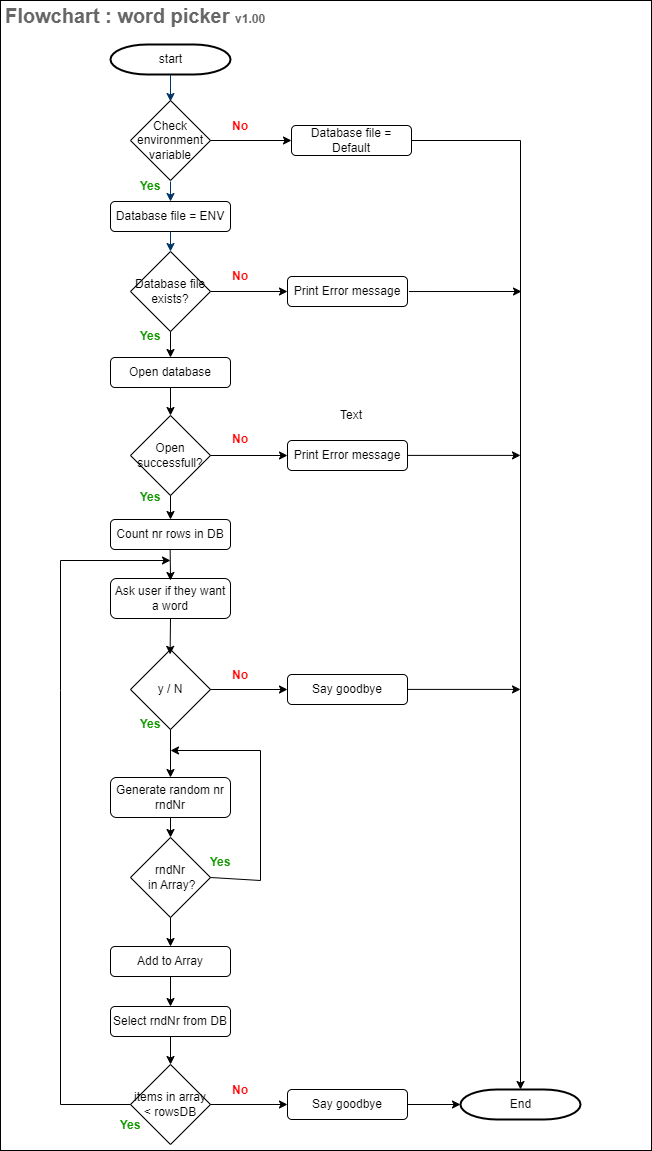
This is 01_Documentation/02_resources/images/realize-design-flowchart-word-picker.png from tbz-neil-devlin/m431_demo_database, a draw.io export, as it was before one commit. Source tidied: cells renumbered, new cells last; positions are measured from the earlier drawing's top-left corner, leaving out a move shared by most shapes. Its diagram source:
```xml
<mxGraphModel>
  <root>
    <mxCell id="0" />
    <mxCell id="1" parent="0" />
    <mxCell id="2" style="rounded=0;whiteSpace=wrap;html=1;" parent="1" vertex="1">
      <mxGeometry width="651" height="1150" as="geometry" />
    </mxCell>
    <mxCell id="3" value="start" style="shape=mxgraph.flowchart.terminator;strokeWidth=2;gradientColor=none;gradientDirection=north;fontStyle=0;html=1;" parent="1" vertex="1">
      <mxGeometry x="110" y="44" width="120" height="30" as="geometry" />
    </mxCell>
    <mxCell id="4" style="fontStyle=1;strokeColor=#003366;strokeWidth=1;html=1;" parent="1" edge="1" source="3">
      <mxGeometry relative="1" as="geometry">
        <mxPoint x="170" y="101" as="targetPoint" />
      </mxGeometry>
    </mxCell>
    <mxCell id="5" value="Check environment variable" style="rhombus;whiteSpace=wrap;html=1;" parent="1" vertex="1">
      <mxGeometry x="130" y="100" width="80" height="80" as="geometry" />
    </mxCell>
    <mxCell id="6" value="Database file exists?" style="rhombus;whiteSpace=wrap;html=1;" parent="1" vertex="1">
      <mxGeometry x="130" y="251" width="80" height="80" as="geometry" />
    </mxCell>
    <mxCell id="7" value="Open successfull?" style="rhombus;whiteSpace=wrap;html=1;" parent="1" vertex="1">
      <mxGeometry x="130" y="415" width="80" height="80" as="geometry" />
    </mxCell>
    <mxCell id="8" value="Count nr rows in DB" style="rounded=1;whiteSpace=wrap;html=1;" parent="1" vertex="1">
      <mxGeometry x="110" y="519" width="120" height="30" as="geometry" />
    </mxCell>
    <mxCell id="9" value="Generate random nr&lt;br&gt;rndNr" style="rounded=1;whiteSpace=wrap;html=1;" parent="1" vertex="1">
      <mxGeometry x="110" y="777" width="120" height="40" as="geometry" />
    </mxCell>
    <mxCell id="10" value="rndNr&lt;br&gt;&amp;nbsp;in Array?" style="rhombus;whiteSpace=wrap;html=1;" parent="1" vertex="1">
      <mxGeometry x="130" y="837" width="80" height="80" as="geometry" />
    </mxCell>
    <mxCell id="11" value="Add to Array" style="rounded=1;whiteSpace=wrap;html=1;" parent="1" vertex="1">
      <mxGeometry x="110" y="946" width="120" height="30" as="geometry" />
    </mxCell>
    <mxCell id="12" value="Select rndNr from DB" style="rounded=1;whiteSpace=wrap;html=1;" parent="1" vertex="1">
      <mxGeometry x="110" y="1006" width="120" height="30" as="geometry" />
    </mxCell>
    <mxCell id="13" value="Ask user if they want a word" style="rounded=1;whiteSpace=wrap;html=1;" parent="1" vertex="1">
      <mxGeometry x="110" y="578" width="120" height="40" as="geometry" />
    </mxCell>
    <mxCell id="14" value="y / N" style="rhombus;whiteSpace=wrap;html=1;" parent="1" vertex="1">
      <mxGeometry x="130" y="649" width="80" height="80" as="geometry" />
    </mxCell>
    <mxCell id="15" value="items in array &amp;lt; rowsDB" style="rhombus;whiteSpace=wrap;html=1;" parent="1" vertex="1">
      <mxGeometry x="130" y="1064" width="80" height="80" as="geometry" />
    </mxCell>
    <mxCell id="16" value="Open database" style="rounded=1;whiteSpace=wrap;html=1;" parent="1" vertex="1">
      <mxGeometry x="110" y="357" width="120" height="30" as="geometry" />
    </mxCell>
    <mxCell id="17" value="Database file = ENV" style="rounded=1;whiteSpace=wrap;html=1;" parent="1" vertex="1">
      <mxGeometry x="110" y="201" width="120" height="30" as="geometry" />
    </mxCell>
    <mxCell id="18" value="Database file = Default" style="rounded=1;whiteSpace=wrap;html=1;" parent="1" vertex="1">
      <mxGeometry x="291" y="125" width="120" height="30" as="geometry" />
    </mxCell>
    <mxCell id="19" value="Say goodbye" style="rounded=1;whiteSpace=wrap;html=1;" parent="1" vertex="1">
      <mxGeometry x="287" y="674" width="120" height="30" as="geometry" />
    </mxCell>
    <mxCell id="20" value="Print Error message" style="rounded=1;whiteSpace=wrap;html=1;" parent="1" vertex="1">
      <mxGeometry x="287" y="276" width="120" height="30" as="geometry" />
    </mxCell>
    <mxCell id="21" value="Print Error message" style="rounded=1;whiteSpace=wrap;html=1;" parent="1" vertex="1">
      <mxGeometry x="287" y="440" width="120" height="30" as="geometry" />
    </mxCell>
    <mxCell id="22" style="endArrow=classic;html=1;rounded=0;exitX=0.5;exitY=1;exitDx=0;exitDy=0;entryX=0.5;entryY=0;entryDx=0;entryDy=0;" parent="1" edge="1" source="6" target="16">
      <mxGeometry relative="1" as="geometry" />
    </mxCell>
    <mxCell id="23" style="endArrow=classic;html=1;rounded=0;exitX=0.5;exitY=1;exitDx=0;exitDy=0;entryX=0.5;entryY=0;entryDx=0;entryDy=0;" parent="1" edge="1" source="16" target="7">
      <mxGeometry relative="1" as="geometry" />
    </mxCell>
    <mxCell id="24" style="endArrow=classic;html=1;rounded=0;exitX=0.5;exitY=1;exitDx=0;exitDy=0;entryX=0.5;entryY=0;entryDx=0;entryDy=0;" parent="1" edge="1" source="7" target="8">
      <mxGeometry relative="1" as="geometry" />
    </mxCell>
    <mxCell id="25" style="endArrow=classic;html=1;rounded=0;exitX=0.5;exitY=1;exitDx=0;exitDy=0;" parent="1" edge="1">
      <mxGeometry relative="1" as="geometry">
        <mxPoint x="169.7" y="549" as="sourcePoint" />
        <mxPoint x="170" y="580" as="targetPoint" />
      </mxGeometry>
    </mxCell>
    <mxCell id="26" style="endArrow=classic;html=1;rounded=0;exitX=0.5;exitY=1;exitDx=0;exitDy=0;entryX=0.495;entryY=0.061;entryDx=0;entryDy=0;entryPerimeter=0;" parent="1" edge="1" source="13" target="14">
      <mxGeometry relative="1" as="geometry" />
    </mxCell>
    <mxCell id="27" style="fontStyle=1;strokeColor=#003366;strokeWidth=1;html=1;entryX=0.5;entryY=0;entryDx=0;entryDy=0;" parent="1" edge="1" target="17">
      <mxGeometry relative="1" as="geometry">
        <mxPoint x="170" y="181" as="sourcePoint" />
      </mxGeometry>
    </mxCell>
    <mxCell id="28" style="fontStyle=1;strokeColor=#003366;strokeWidth=1;html=1;exitX=0.5;exitY=1;exitDx=0;exitDy=0;" parent="1" edge="1" source="17" target="6">
      <mxGeometry relative="1" as="geometry" />
    </mxCell>
    <mxCell id="29" style="endArrow=classic;html=1;rounded=0;entryX=0.5;entryY=0;entryDx=0;entryDy=0;" parent="1" edge="1" target="9">
      <mxGeometry relative="1" as="geometry">
        <mxPoint x="170" y="729" as="sourcePoint" />
      </mxGeometry>
    </mxCell>
    <mxCell id="30" style="endArrow=classic;html=1;rounded=0;exitX=1;exitY=0.5;exitDx=0;exitDy=0;entryX=0;entryY=0.5;entryDx=0;entryDy=0;" parent="1" edge="1" source="7" target="21">
      <mxGeometry relative="1" as="geometry" />
    </mxCell>
    <mxCell id="31" style="endArrow=classic;html=1;rounded=0;exitX=1;exitY=0.5;exitDx=0;exitDy=0;entryX=0;entryY=0.5;entryDx=0;entryDy=0;" parent="1" edge="1" source="14" target="19">
      <mxGeometry relative="1" as="geometry" />
    </mxCell>
    <mxCell id="32" style="endArrow=classic;html=1;rounded=0;exitX=0.5;exitY=1;exitDx=0;exitDy=0;entryX=0.5;entryY=0;entryDx=0;entryDy=0;" parent="1" edge="1" source="9" target="10">
      <mxGeometry relative="1" as="geometry" />
    </mxCell>
    <mxCell id="33" style="endArrow=classic;html=1;rounded=0;exitX=0.5;exitY=1;exitDx=0;exitDy=0;entryX=0.5;entryY=0;entryDx=0;entryDy=0;" parent="1" edge="1" source="10" target="11">
      <mxGeometry relative="1" as="geometry" />
    </mxCell>
    <mxCell id="34" style="endArrow=classic;html=1;rounded=0;exitX=0.5;exitY=1;exitDx=0;exitDy=0;entryX=0.5;entryY=0;entryDx=0;entryDy=0;" parent="1" edge="1" source="11" target="12">
      <mxGeometry relative="1" as="geometry" />
    </mxCell>
    <mxCell id="35" style="endArrow=classic;html=1;rounded=0;exitX=0.5;exitY=1;exitDx=0;exitDy=0;entryX=0.5;entryY=0;entryDx=0;entryDy=0;" parent="1" edge="1" source="12" target="15">
      <mxGeometry relative="1" as="geometry" />
    </mxCell>
    <mxCell id="36" style="endArrow=classic;html=1;rounded=0;exitX=0;exitY=0.5;exitDx=0;exitDy=0;" parent="1" edge="1" source="15">
      <mxGeometry relative="1" as="geometry">
        <mxPoint x="170" y="560" as="targetPoint" />
        <Array as="points">
          <mxPoint x="60" y="1104" />
          <mxPoint x="60" y="690" />
          <mxPoint x="60" y="560" />
        </Array>
      </mxGeometry>
    </mxCell>
    <mxCell id="37" style="endArrow=classic;html=1;rounded=0;exitX=1;exitY=0.5;exitDx=0;exitDy=0;" parent="1" edge="1" source="10">
      <mxGeometry relative="1" as="geometry">
        <mxPoint x="170" y="750" as="targetPoint" />
        <Array as="points">
          <mxPoint x="260" y="880" />
          <mxPoint x="260" y="750" />
        </Array>
      </mxGeometry>
    </mxCell>
    <mxCell id="38" value="Say goodbye" style="rounded=1;whiteSpace=wrap;html=1;" parent="1" vertex="1">
      <mxGeometry x="287" y="1089" width="120" height="30" as="geometry" />
    </mxCell>
    <mxCell id="39" style="endArrow=classic;html=1;rounded=0;exitX=1;exitY=0.5;exitDx=0;exitDy=0;entryX=0;entryY=0.5;entryDx=0;entryDy=0;" parent="1" edge="1" source="15" target="38">
      <mxGeometry relative="1" as="geometry" />
    </mxCell>
    <mxCell id="40" style="endArrow=classic;html=1;rounded=0;exitX=1;exitY=0.5;exitDx=0;exitDy=0;entryX=0;entryY=0.5;entryDx=0;entryDy=0;" parent="1" edge="1" source="6" target="20">
      <mxGeometry relative="1" as="geometry" />
    </mxCell>
    <mxCell id="41" style="endArrow=classic;html=1;rounded=0;entryX=0;entryY=0.5;entryDx=0;entryDy=0;exitX=1;exitY=0.5;exitDx=0;exitDy=0;" parent="1" edge="1" source="5" target="18">
      <mxGeometry relative="1" as="geometry" />
    </mxCell>
    <mxCell id="42" value="End" style="shape=mxgraph.flowchart.terminator;strokeWidth=2;gradientColor=none;gradientDirection=north;fontStyle=0;html=1;" parent="1" vertex="1">
      <mxGeometry x="460" y="1089" width="120" height="30" as="geometry" />
    </mxCell>
    <mxCell id="43" value="&lt;b&gt;Yes&lt;/b&gt;" style="text;html=1;strokeColor=none;fillColor=none;align=center;verticalAlign=middle;whiteSpace=wrap;rounded=0;fontColor=#169905;" parent="1" vertex="1">
      <mxGeometry x="120" y="171" width="60" height="30" as="geometry" />
    </mxCell>
    <mxCell id="44" value="&lt;b&gt;Yes&lt;/b&gt;" style="text;html=1;strokeColor=none;fillColor=none;align=center;verticalAlign=middle;whiteSpace=wrap;rounded=0;fontColor=#169905;" parent="1" vertex="1">
      <mxGeometry x="120" y="321" width="60" height="30" as="geometry" />
    </mxCell>
    <mxCell id="45" value="&lt;b&gt;Yes&lt;/b&gt;" style="text;html=1;strokeColor=none;fillColor=none;align=center;verticalAlign=middle;whiteSpace=wrap;rounded=0;fontColor=#169905;" parent="1" vertex="1">
      <mxGeometry x="120" y="482" width="60" height="30" as="geometry" />
    </mxCell>
    <mxCell id="46" value="&lt;b&gt;Yes&lt;/b&gt;" style="text;html=1;strokeColor=none;fillColor=none;align=center;verticalAlign=middle;whiteSpace=wrap;rounded=0;fontColor=#169905;" parent="1" vertex="1">
      <mxGeometry x="120" y="709" width="60" height="30" as="geometry" />
    </mxCell>
    <mxCell id="47" value="&lt;b&gt;Yes&lt;/b&gt;" style="text;html=1;strokeColor=none;fillColor=none;align=center;verticalAlign=middle;whiteSpace=wrap;rounded=0;fontColor=#169905;" parent="1" vertex="1">
      <mxGeometry x="190" y="847" width="60" height="30" as="geometry" />
    </mxCell>
    <mxCell id="48" value="&lt;b&gt;Yes&lt;/b&gt;" style="text;html=1;strokeColor=none;fillColor=none;align=center;verticalAlign=middle;whiteSpace=wrap;rounded=0;fontColor=#169905;" parent="1" vertex="1">
      <mxGeometry x="100" y="1110" width="60" height="30" as="geometry" />
    </mxCell>
    <mxCell id="49" style="endArrow=classic;html=1;rounded=0;exitX=1;exitY=0.5;exitDx=0;exitDy=0;entryX=0;entryY=0.5;entryDx=0;entryDy=0;entryPerimeter=0;" parent="1" edge="1" source="38" target="42">
      <mxGeometry relative="1" as="geometry" />
    </mxCell>
    <mxCell id="50" style="endArrow=classic;html=1;rounded=0;exitX=1;exitY=0.5;exitDx=0;exitDy=0;" parent="1" edge="1" source="18" target="42">
      <mxGeometry relative="1" as="geometry">
        <Array as="points">
          <mxPoint x="520" y="140" />
        </Array>
      </mxGeometry>
    </mxCell>
    <mxCell id="51" value="&lt;b&gt;&lt;font color=&quot;#ff0000&quot;&gt;No&lt;/font&gt;&lt;/b&gt;" style="text;html=1;strokeColor=none;fillColor=none;align=center;verticalAlign=middle;whiteSpace=wrap;rounded=0;fontColor=#169905;" parent="1" vertex="1">
      <mxGeometry x="210" y="111" width="60" height="30" as="geometry" />
    </mxCell>
    <mxCell id="52" value="&lt;b&gt;&lt;font color=&quot;#ff0000&quot;&gt;No&lt;/font&gt;&lt;/b&gt;" style="text;html=1;strokeColor=none;fillColor=none;align=center;verticalAlign=middle;whiteSpace=wrap;rounded=0;fontColor=#169905;" parent="1" vertex="1">
      <mxGeometry x="210" y="261" width="60" height="30" as="geometry" />
    </mxCell>
    <mxCell id="53" value="&lt;b&gt;&lt;font color=&quot;#ff0000&quot;&gt;No&lt;/font&gt;&lt;/b&gt;" style="text;html=1;strokeColor=none;fillColor=none;align=center;verticalAlign=middle;whiteSpace=wrap;rounded=0;fontColor=#169905;" parent="1" vertex="1">
      <mxGeometry x="210" y="424" width="60" height="30" as="geometry" />
    </mxCell>
    <mxCell id="54" value="&lt;b&gt;&lt;font color=&quot;#ff0000&quot;&gt;No&lt;/font&gt;&lt;/b&gt;" style="text;html=1;strokeColor=none;fillColor=none;align=center;verticalAlign=middle;whiteSpace=wrap;rounded=0;fontColor=#169905;" parent="1" vertex="1">
      <mxGeometry x="210" y="660" width="60" height="30" as="geometry" />
    </mxCell>
    <mxCell id="55" value="&lt;b&gt;&lt;font color=&quot;#ff0000&quot;&gt;No&lt;/font&gt;&lt;/b&gt;" style="text;html=1;strokeColor=none;fillColor=none;align=center;verticalAlign=middle;whiteSpace=wrap;rounded=0;fontColor=#169905;" parent="1" vertex="1">
      <mxGeometry x="210" y="1075" width="60" height="30" as="geometry" />
    </mxCell>
    <mxCell id="56" style="endArrow=classic;html=1;rounded=0;exitX=1.012;exitY=0.501;exitDx=0;exitDy=0;exitPerimeter=0;" parent="1" edge="1" source="20">
      <mxGeometry relative="1" as="geometry">
        <mxPoint x="521" y="291" as="targetPoint" />
      </mxGeometry>
    </mxCell>
    <mxCell id="57" style="endArrow=classic;html=1;rounded=0;exitX=1.012;exitY=0.501;exitDx=0;exitDy=0;exitPerimeter=0;" parent="1" edge="1">
      <mxGeometry relative="1" as="geometry">
        <mxPoint x="407" y="454.9" as="sourcePoint" />
        <mxPoint x="520" y="454.9" as="targetPoint" />
      </mxGeometry>
    </mxCell>
    <mxCell id="58" style="endArrow=classic;html=1;rounded=0;exitX=1.012;exitY=0.501;exitDx=0;exitDy=0;exitPerimeter=0;" parent="1" edge="1">
      <mxGeometry relative="1" as="geometry">
        <mxPoint x="407" y="688.9" as="sourcePoint" />
        <mxPoint x="520" y="688.9" as="targetPoint" />
      </mxGeometry>
    </mxCell>
    <mxCell id="59" value="Text" style="text;html=1;strokeColor=none;fillColor=none;align=center;verticalAlign=middle;whiteSpace=wrap;rounded=0;" parent="1" vertex="1">
      <mxGeometry x="321" y="400" width="60" height="30" as="geometry" />
    </mxCell>
    <mxCell id="60" value="&lt;b&gt;&lt;font color=&quot;#666666&quot; style=&quot;font-size: 20px;&quot;&gt;Flowchart : word picker &lt;/font&gt;&lt;font color=&quot;#666666&quot; style=&quot;font-size: 12px;&quot;&gt;v1.00&lt;/font&gt;&lt;/b&gt;" style="text;html=1;strokeColor=none;fillColor=none;align=left;verticalAlign=middle;whiteSpace=wrap;rounded=0;" parent="1" vertex="1">
      <mxGeometry x="3" width="610" height="30" as="geometry" />
    </mxCell>
  </root>
</mxGraphModel>
```
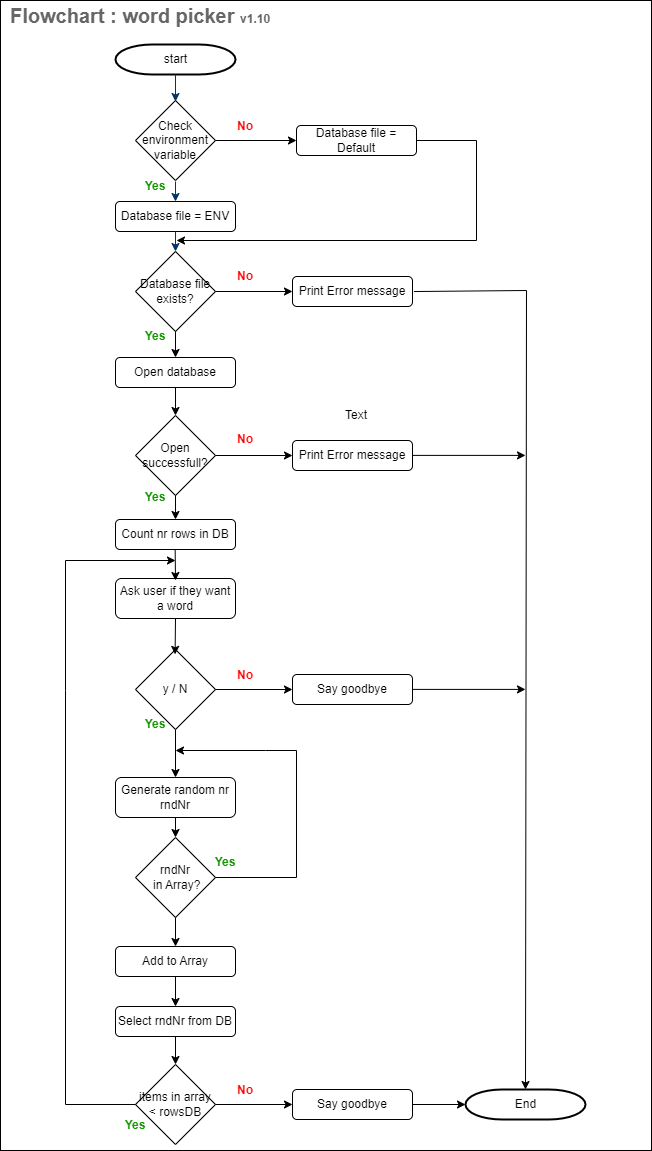
Above is the later version.

Commit message:
Flowchart create database

Change to the diagram source:
```diff
@@ -3,7 +3,7 @@
     <mxCell id="0" />
     <mxCell id="1" parent="0" />
     <mxCell id="2" style="rounded=0;whiteSpace=wrap;html=1;" parent="1" vertex="1">
-      <mxGeometry width="651" height="1150" as="geometry" />
+      <mxGeometry x="-5" width="651" height="1150" as="geometry" />
     </mxCell>
     <mxCell id="3" value="start" style="shape=mxgraph.flowchart.terminator;strokeWidth=2;gradientColor=none;gradientDirection=north;fontStyle=0;html=1;" parent="1" vertex="1">
       <mxGeometry x="110" y="44" width="120" height="30" as="geometry" />
@@ -127,7 +127,8 @@
       <mxGeometry relative="1" as="geometry">
         <mxPoint x="170" y="750" as="targetPoint" />
         <Array as="points">
-          <mxPoint x="260" y="880" />
+          <mxPoint x="291" y="877" />
+          <mxPoint x="291" y="750" />
           <mxPoint x="260" y="750" />
         </Array>
       </mxGeometry>
@@ -168,13 +169,6 @@
     <mxCell id="49" style="endArrow=classic;html=1;rounded=0;exitX=1;exitY=0.5;exitDx=0;exitDy=0;entryX=0;entryY=0.5;entryDx=0;entryDy=0;entryPerimeter=0;" parent="1" edge="1" source="38" target="42">
       <mxGeometry relative="1" as="geometry" />
     </mxCell>
-    <mxCell id="50" style="endArrow=classic;html=1;rounded=0;exitX=1;exitY=0.5;exitDx=0;exitDy=0;" parent="1" edge="1" source="18" target="42">
-      <mxGeometry relative="1" as="geometry">
-        <Array as="points">
-          <mxPoint x="520" y="140" />
-        </Array>
-      </mxGeometry>
-    </mxCell>
     <mxCell id="51" value="&lt;b&gt;&lt;font color=&quot;#ff0000&quot;&gt;No&lt;/font&gt;&lt;/b&gt;" style="text;html=1;strokeColor=none;fillColor=none;align=center;verticalAlign=middle;whiteSpace=wrap;rounded=0;fontColor=#169905;" parent="1" vertex="1">
       <mxGeometry x="210" y="111" width="60" height="30" as="geometry" />
     </mxCell>
@@ -190,9 +184,11 @@
     <mxCell id="55" value="&lt;b&gt;&lt;font color=&quot;#ff0000&quot;&gt;No&lt;/font&gt;&lt;/b&gt;" style="text;html=1;strokeColor=none;fillColor=none;align=center;verticalAlign=middle;whiteSpace=wrap;rounded=0;fontColor=#169905;" parent="1" vertex="1">
       <mxGeometry x="210" y="1075" width="60" height="30" as="geometry" />
     </mxCell>
-    <mxCell id="56" style="endArrow=classic;html=1;rounded=0;exitX=1.012;exitY=0.501;exitDx=0;exitDy=0;exitPerimeter=0;" parent="1" edge="1" source="20">
+    <mxCell id="56" style="endArrow=classic;html=1;rounded=0;exitX=1.012;exitY=0.501;exitDx=0;exitDy=0;exitPerimeter=0;entryX=0.5;entryY=0;entryDx=0;entryDy=0;entryPerimeter=0;" parent="1" edge="1" source="20" target="42">
       <mxGeometry relative="1" as="geometry">
-        <mxPoint x="521" y="291" as="targetPoint" />
+        <Array as="points">
+          <mxPoint x="521" y="290" />
+        </Array>
       </mxGeometry>
     </mxCell>
     <mxCell id="57" style="endArrow=classic;html=1;rounded=0;exitX=1.012;exitY=0.501;exitDx=0;exitDy=0;exitPerimeter=0;" parent="1" edge="1">
@@ -210,8 +206,17 @@
     <mxCell id="59" value="Text" style="text;html=1;strokeColor=none;fillColor=none;align=center;verticalAlign=middle;whiteSpace=wrap;rounded=0;" parent="1" vertex="1">
       <mxGeometry x="321" y="400" width="60" height="30" as="geometry" />
     </mxCell>
-    <mxCell id="60" value="&lt;b&gt;&lt;font color=&quot;#666666&quot; style=&quot;font-size: 20px;&quot;&gt;Flowchart : word picker &lt;/font&gt;&lt;font color=&quot;#666666&quot; style=&quot;font-size: 12px;&quot;&gt;v1.00&lt;/font&gt;&lt;/b&gt;" style="text;html=1;strokeColor=none;fillColor=none;align=left;verticalAlign=middle;whiteSpace=wrap;rounded=0;" parent="1" vertex="1">
+    <mxCell id="60" value="&lt;b&gt;&lt;font color=&quot;#666666&quot; style=&quot;font-size: 20px;&quot;&gt;Flowchart : word picker &lt;/font&gt;&lt;font color=&quot;#666666&quot; style=&quot;font-size: 12px;&quot;&gt;v1.10&lt;/font&gt;&lt;/b&gt;" style="text;html=1;strokeColor=none;fillColor=none;align=left;verticalAlign=middle;whiteSpace=wrap;rounded=0;" parent="1" vertex="1">
       <mxGeometry x="3" width="610" height="30" as="geometry" />
     </mxCell>
+    <mxCell id="61" style="endArrow=classic;html=1;rounded=0;exitX=1;exitY=0.5;exitDx=0;exitDy=0;" parent="1" edge="1" source="18">
+      <mxGeometry relative="1" as="geometry">
+        <mxPoint x="171" y="240" as="targetPoint" />
+        <Array as="points">
+          <mxPoint x="471" y="140" />
+          <mxPoint x="471" y="240" />
+        </Array>
+      </mxGeometry>
+    </mxCell>
   </root>
 </mxGraphModel>
```
